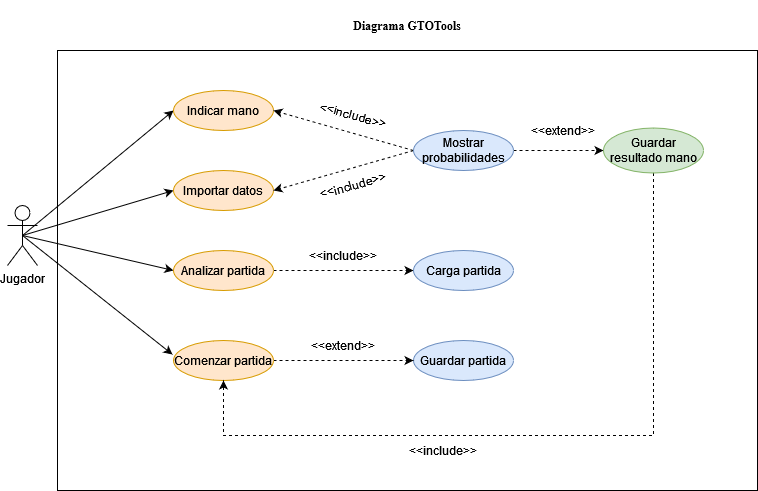
This is doc/diagrama_cu/img/diagrama_cu.png from jdabrante/proyecto_ets, a draw.io export, as it was before one commit. Source tidied: cells renumbered, new cells last; positions are measured from the earlier drawing's top-left corner, leaving out a move shared by most shapes.
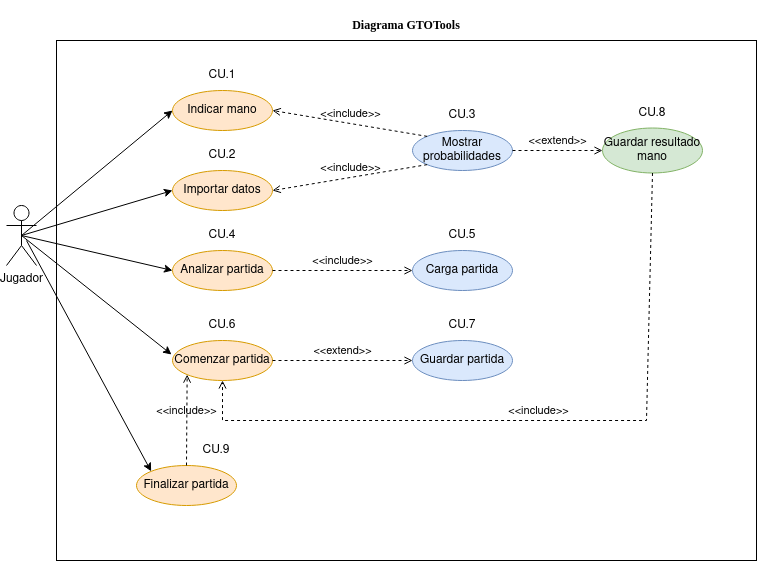
The same diagram one commit later.

What changed in the source:
```diff
@@ -3,7 +3,7 @@
     <mxCell id="0" />
     <mxCell id="1" parent="0" />
     <mxCell id="2" style="rounded=0;whiteSpace=wrap;html=1;" parent="1" vertex="1">
-      <mxGeometry x="50" y="50" width="700" height="440" as="geometry" />
+      <mxGeometry x="50" y="40" width="700" height="520" as="geometry" />
     </mxCell>
     <mxCell id="3" style="rounded=0;jettySize=auto;html=1;exitX=0.5;exitY=0.5;exitDx=0;exitDy=0;exitPerimeter=0;entryX=0;entryY=0.5;entryDx=0;entryDy=0;" parent="1" edge="1" source="7" target="8">
       <mxGeometry relative="1" as="geometry" />
@@ -29,64 +29,84 @@
     <mxCell id="10" value="Guardar partida" style="ellipse;whiteSpace=wrap;html=1;align=center;fillColor=#dae8fc;strokeColor=#6c8ebf;" parent="1" vertex="1">
       <mxGeometry x="406" y="340" width="100" height="40" as="geometry" />
     </mxCell>
+    <mxCell id="14" value="Mostrar probabilidades" style="ellipse;whiteSpace=wrap;html=1;align=center;fillColor=#dae8fc;strokeColor=#6c8ebf;" parent="1" vertex="1">
+      <mxGeometry x="406" y="130" width="100" height="40" as="geometry" />
+    </mxCell>
+    <mxCell id="18" value="&lt;div&gt;Comenzar partida&lt;/div&gt;" style="ellipse;whiteSpace=wrap;html=1;align=center;fillColor=#ffe6cc;strokeColor=#d79b00;" parent="1" vertex="1">
+      <mxGeometry x="166" y="340" width="100" height="40" as="geometry" />
+    </mxCell>
+    <mxCell id="21" value="Analizar partida" style="ellipse;whiteSpace=wrap;html=1;align=center;fillColor=#ffe6cc;strokeColor=#d79b00;" parent="1" vertex="1">
+      <mxGeometry x="166" y="250" width="100" height="40" as="geometry" />
+    </mxCell>
+    <mxCell id="22" value="Carga partida" style="ellipse;whiteSpace=wrap;html=1;align=center;fillColor=#dae8fc;strokeColor=#6c8ebf;" parent="1" vertex="1">
+      <mxGeometry x="406" y="250" width="100" height="40" as="geometry" />
+    </mxCell>
+    <mxCell id="25" value="Guardar resultado mano" style="ellipse;whiteSpace=wrap;html=1;align=center;fillColor=#d5e8d4;strokeColor=#82b366;" parent="1" vertex="1">
+      <mxGeometry x="596" y="127.5" width="100" height="45" as="geometry" />
+    </mxCell>
+    <mxCell id="28" value="&lt;div align=&quot;center&quot;&gt;&lt;b&gt;&lt;font face=&quot;Times New Roman&quot;&gt;Diagrama GTOTools&lt;/font&gt;&lt;/b&gt;&lt;/div&gt;" style="text;html=1;strokeColor=none;fillColor=none;align=center;verticalAlign=middle;whiteSpace=wrap;rounded=0;" parent="1" vertex="1">
+      <mxGeometry x="345" width="110" height="50" as="geometry" />
+    </mxCell>
-    <mxCell id="11" style="rounded=0;jettySize=auto;html=1;exitX=0;exitY=0.5;exitDx=0;exitDy=0;entryX=1;entryY=0.5;entryDx=0;entryDy=0;dashed=1;" parent="1" edge="1" source="14" target="8">
+    <mxCell id="11" value="&amp;lt;&amp;lt;include&amp;gt;&amp;gt;" style="html=1;verticalAlign=bottom;labelBackgroundColor=none;endArrow=open;endFill=0;dashed=1;rounded=0;exitX=0;exitY=0;exitDx=0;exitDy=0;entryX=1;entryY=0.5;entryDx=0;entryDy=0;" parent="1" edge="1" source="14" target="8">
       <mxGeometry relative="1" as="geometry" />
     </mxCell>
-    <mxCell id="12" style="rounded=0;jettySize=auto;html=1;exitX=0;exitY=0.5;exitDx=0;exitDy=0;entryX=1;entryY=0.5;entryDx=0;entryDy=0;dashed=1;" parent="1" edge="1" source="14" target="9">
+    <mxCell id="12" value="&amp;lt;&amp;lt;include&amp;gt;&amp;gt;" style="html=1;verticalAlign=bottom;labelBackgroundColor=none;endArrow=open;endFill=0;dashed=1;rounded=0;exitX=0;exitY=1;exitDx=0;exitDy=0;entryX=1;entryY=0.5;entryDx=0;entryDy=0;" parent="1" edge="1" source="14" target="9">
       <mxGeometry relative="1" as="geometry" />
     </mxCell>
+    <mxCell id="20" value="&amp;lt;&amp;lt;include&amp;gt;&amp;gt;" style="html=1;verticalAlign=bottom;labelBackgroundColor=none;endArrow=open;endFill=0;dashed=1;rounded=0;exitX=1;exitY=0.5;exitDx=0;exitDy=0;entryX=0;entryY=0.5;entryDx=0;entryDy=0;" parent="1" edge="1" source="21" target="22">
+      <mxGeometry relative="1" as="geometry" />
+    </mxCell>
+    <mxCell id="24" value="&amp;lt;&amp;lt;include&amp;gt;&amp;gt;" style="html=1;verticalAlign=bottom;labelBackgroundColor=none;endArrow=open;endFill=0;dashed=1;rounded=0;exitX=0.5;exitY=1;exitDx=0;exitDy=0;entryX=0.5;entryY=1;entryDx=0;entryDy=0;" parent="1" edge="1" source="25" target="18">
+      <mxGeometry relative="1" as="geometry">
+        <Array as="points">
+          <mxPoint x="640" y="420" />
+          <mxPoint x="216" y="420" />
+        </Array>
+      </mxGeometry>
+    </mxCell>
+    <mxCell id="17" value="&amp;lt;&amp;lt;extend&amp;gt;&amp;gt;" style="html=1;verticalAlign=bottom;labelBackgroundColor=none;endArrow=open;endFill=0;dashed=1;rounded=0;exitX=1;exitY=0.5;exitDx=0;exitDy=0;entryX=0;entryY=0.5;entryDx=0;entryDy=0;" parent="1" edge="1" source="18" target="10">
+      <mxGeometry relative="1" as="geometry" />
+    </mxCell>
-    <mxCell id="13" style="edgeStyle=orthogonalEdgeStyle;rounded=0;jettySize=auto;html=1;exitX=1;exitY=0.5;exitDx=0;exitDy=0;entryX=0;entryY=0.5;entryDx=0;entryDy=0;dashed=1;" parent="1" edge="1" source="14" target="25">
+    <mxCell id="13" value="&amp;lt;&amp;lt;extend&amp;gt;&amp;gt;" style="html=1;verticalAlign=bottom;labelBackgroundColor=none;endArrow=open;endFill=0;dashed=1;rounded=0;exitX=1;exitY=0.5;exitDx=0;exitDy=0;entryX=0;entryY=0.5;entryDx=0;entryDy=0;" parent="1" edge="1" source="14" target="25">
       <mxGeometry relative="1" as="geometry" />
     </mxCell>
-    <mxCell id="14" value="Mostrar probabilidades" style="ellipse;whiteSpace=wrap;html=1;align=center;fillColor=#dae8fc;strokeColor=#6c8ebf;" parent="1" vertex="1">
-      <mxGeometry x="406" y="130" width="100" height="40" as="geometry" />
-    </mxCell>
-    <mxCell id="15" value="&lt;div&gt;&amp;lt;&amp;lt;include&amp;gt;&amp;gt;&lt;/div&gt;" style="text;html=1;strokeColor=none;fillColor=none;align=center;verticalAlign=middle;whiteSpace=wrap;rounded=0;rotation=15;" parent="1" vertex="1">
-      <mxGeometry x="316" y="100" width="60" height="30" as="geometry" />
-    </mxCell>
-    <mxCell id="16" value="&lt;div&gt;&amp;lt;&amp;lt;include&amp;gt;&amp;gt;&lt;/div&gt;" style="text;html=1;strokeColor=none;fillColor=none;align=center;verticalAlign=middle;whiteSpace=wrap;rounded=0;rotation=-15;" parent="1" vertex="1">
-      <mxGeometry x="316" y="170" width="60" height="30" as="geometry" />
-    </mxCell>
-    <mxCell id="17" style="edgeStyle=orthogonalEdgeStyle;rounded=0;jettySize=auto;html=1;exitX=1;exitY=0.5;exitDx=0;exitDy=0;dashed=1;" parent="1" edge="1" source="18" target="10">
-      <mxGeometry relative="1" as="geometry" />
-    </mxCell>
-    <mxCell id="18" value="&lt;div&gt;Comenzar partida&lt;/div&gt;" style="ellipse;whiteSpace=wrap;html=1;align=center;fillColor=#ffe6cc;strokeColor=#d79b00;" parent="1" vertex="1">
-      <mxGeometry x="166" y="340" width="100" height="40" as="geometry" />
-    </mxCell>
-    <mxCell id="19" value="&lt;div&gt;&amp;lt;&amp;lt;extend&amp;gt;&amp;gt;&lt;/div&gt;" style="text;html=1;strokeColor=none;fillColor=none;align=center;verticalAlign=middle;whiteSpace=wrap;rounded=0;rotation=0;" parent="1" vertex="1">
-      <mxGeometry x="306" y="330" width="60" height="30" as="geometry" />
-    </mxCell>
-    <mxCell id="20" style="edgeStyle=orthogonalEdgeStyle;rounded=0;jettySize=auto;html=1;exitX=1;exitY=0.5;exitDx=0;exitDy=0;dashed=1;" parent="1" edge="1" source="21" target="22">
-      <mxGeometry relative="1" as="geometry" />
-    </mxCell>
-    <mxCell id="21" value="Analizar partida" style="ellipse;whiteSpace=wrap;html=1;align=center;fillColor=#ffe6cc;strokeColor=#d79b00;" parent="1" vertex="1">
-      <mxGeometry x="166" y="250" width="100" height="40" as="geometry" />
-    </mxCell>
-    <mxCell id="22" value="Carga partida" style="ellipse;whiteSpace=wrap;html=1;align=center;fillColor=#dae8fc;strokeColor=#6c8ebf;" parent="1" vertex="1">
-      <mxGeometry x="406" y="250" width="100" height="40" as="geometry" />
-    </mxCell>
-    <mxCell id="23" value="&lt;div&gt;&amp;lt;&amp;lt;include&amp;gt;&amp;gt;&lt;/div&gt;" style="text;html=1;strokeColor=none;fillColor=none;align=center;verticalAlign=middle;whiteSpace=wrap;rounded=0;rotation=0;" parent="1" vertex="1">
-      <mxGeometry x="306" y="240" width="60" height="30" as="geometry" />
-    </mxCell>
-    <mxCell id="24" style="edgeStyle=orthogonalEdgeStyle;rounded=0;jettySize=auto;html=1;exitX=0.5;exitY=1;exitDx=0;exitDy=0;entryX=0.5;entryY=1;entryDx=0;entryDy=0;dashed=1;" parent="1" edge="1" source="25" target="18">
-      <mxGeometry relative="1" as="geometry">
-        <Array as="points">
-          <mxPoint x="646" y="435" />
-          <mxPoint x="216" y="435" />
-        </Array>
-      </mxGeometry>
-    </mxCell>
-    <mxCell id="25" value="Guardar resultado mano" style="ellipse;whiteSpace=wrap;html=1;align=center;fillColor=#d5e8d4;strokeColor=#82b366;" parent="1" vertex="1">
-      <mxGeometry x="596" y="127.5" width="100" height="45" as="geometry" />
-    </mxCell>
-    <mxCell id="26" value="&lt;div&gt;&amp;lt;&amp;lt;extend&amp;gt;&amp;gt;&lt;/div&gt;" style="text;html=1;strokeColor=none;fillColor=none;align=center;verticalAlign=middle;whiteSpace=wrap;rounded=0;rotation=0;" parent="1" vertex="1">
-      <mxGeometry x="526" y="115" width="60" height="30" as="geometry" />
-    </mxCell>
-    <mxCell id="27" value="&lt;div&gt;&amp;lt;&amp;lt;include&amp;gt;&amp;gt;&lt;/div&gt;" style="text;html=1;strokeColor=none;fillColor=none;align=center;verticalAlign=middle;whiteSpace=wrap;rounded=0;rotation=0;" parent="1" vertex="1">
-      <mxGeometry x="406" y="435" width="60" height="30" as="geometry" />
-    </mxCell>
-    <mxCell id="28" value="&lt;div align=&quot;center&quot;&gt;&lt;b&gt;&lt;font face=&quot;Times New Roman&quot;&gt;Diagrama GTOTools&lt;/font&gt;&lt;/b&gt;&lt;/div&gt;" style="text;html=1;strokeColor=none;fillColor=none;align=center;verticalAlign=middle;whiteSpace=wrap;rounded=0;" parent="1" vertex="1">
-      <mxGeometry x="345" width="110" height="50" as="geometry" />
-    </mxCell>
+    <mxCell id="29" value="Finalizar partida" style="ellipse;whiteSpace=wrap;html=1;align=center;fillColor=#ffe6cc;strokeColor=#d79b00;" parent="1" vertex="1">
+      <mxGeometry x="130" y="465" width="100" height="40" as="geometry" />
+    </mxCell>
+    <mxCell id="30" value="&amp;lt;&amp;lt;include&amp;gt;&amp;gt;" style="html=1;verticalAlign=bottom;labelBackgroundColor=none;endArrow=open;endFill=0;dashed=1;rounded=0;exitX=0.5;exitY=0;exitDx=0;exitDy=0;entryX=0;entryY=1;entryDx=0;entryDy=0;" parent="1" edge="1" source="29" target="18">
+      <mxGeometry relative="1" as="geometry" />
+    </mxCell>
+    <mxCell id="31" style="rounded=0;jettySize=auto;html=1;entryX=0;entryY=0;entryDx=0;entryDy=0;" parent="1" edge="1" target="29">
+      <mxGeometry relative="1" as="geometry">
+        <mxPoint x="20" y="240" as="sourcePoint" />
+      </mxGeometry>
+    </mxCell>
+    <mxCell id="32" value="CU.1" style="text;html=1;strokeColor=none;fillColor=none;align=center;verticalAlign=middle;whiteSpace=wrap;rounded=0;" parent="1" vertex="1">
+      <mxGeometry x="186" y="60" width="60" height="30" as="geometry" />
+    </mxCell>
+    <mxCell id="33" value="CU.2" style="text;html=1;strokeColor=none;fillColor=none;align=center;verticalAlign=middle;whiteSpace=wrap;rounded=0;" parent="1" vertex="1">
+      <mxGeometry x="186" y="140" width="60" height="30" as="geometry" />
+    </mxCell>
+    <mxCell id="34" value="CU.3" style="text;html=1;strokeColor=none;fillColor=none;align=center;verticalAlign=middle;whiteSpace=wrap;rounded=0;" parent="1" vertex="1">
+      <mxGeometry x="426" y="100" width="60" height="30" as="geometry" />
+    </mxCell>
+    <mxCell id="35" value="CU.4" style="text;html=1;strokeColor=none;fillColor=none;align=center;verticalAlign=middle;whiteSpace=wrap;rounded=0;" parent="1" vertex="1">
+      <mxGeometry x="186" y="220" width="60" height="30" as="geometry" />
+    </mxCell>
+    <mxCell id="36" value="CU.5" style="text;html=1;strokeColor=none;fillColor=none;align=center;verticalAlign=middle;whiteSpace=wrap;rounded=0;" parent="1" vertex="1">
+      <mxGeometry x="426" y="220" width="60" height="30" as="geometry" />
+    </mxCell>
+    <mxCell id="37" value="CU.6" style="text;html=1;strokeColor=none;fillColor=none;align=center;verticalAlign=middle;whiteSpace=wrap;rounded=0;" parent="1" vertex="1">
+      <mxGeometry x="186" y="310" width="60" height="30" as="geometry" />
+    </mxCell>
+    <mxCell id="38" value="CU.7" style="text;html=1;strokeColor=none;fillColor=none;align=center;verticalAlign=middle;whiteSpace=wrap;rounded=0;" parent="1" vertex="1">
+      <mxGeometry x="426" y="310" width="60" height="30" as="geometry" />
+    </mxCell>
+    <mxCell id="39" value="CU.8" style="text;html=1;strokeColor=none;fillColor=none;align=center;verticalAlign=middle;whiteSpace=wrap;rounded=0;" parent="1" vertex="1">
+      <mxGeometry x="616" y="97.5" width="60" height="30" as="geometry" />
+    </mxCell>
+    <mxCell id="40" value="CU.9" style="text;html=1;strokeColor=none;fillColor=none;align=center;verticalAlign=middle;whiteSpace=wrap;rounded=0;" parent="1" vertex="1">
+      <mxGeometry x="180" y="435" width="60" height="30" as="geometry" />
+    </mxCell>
   </root>
 </mxGraphModel>
```
